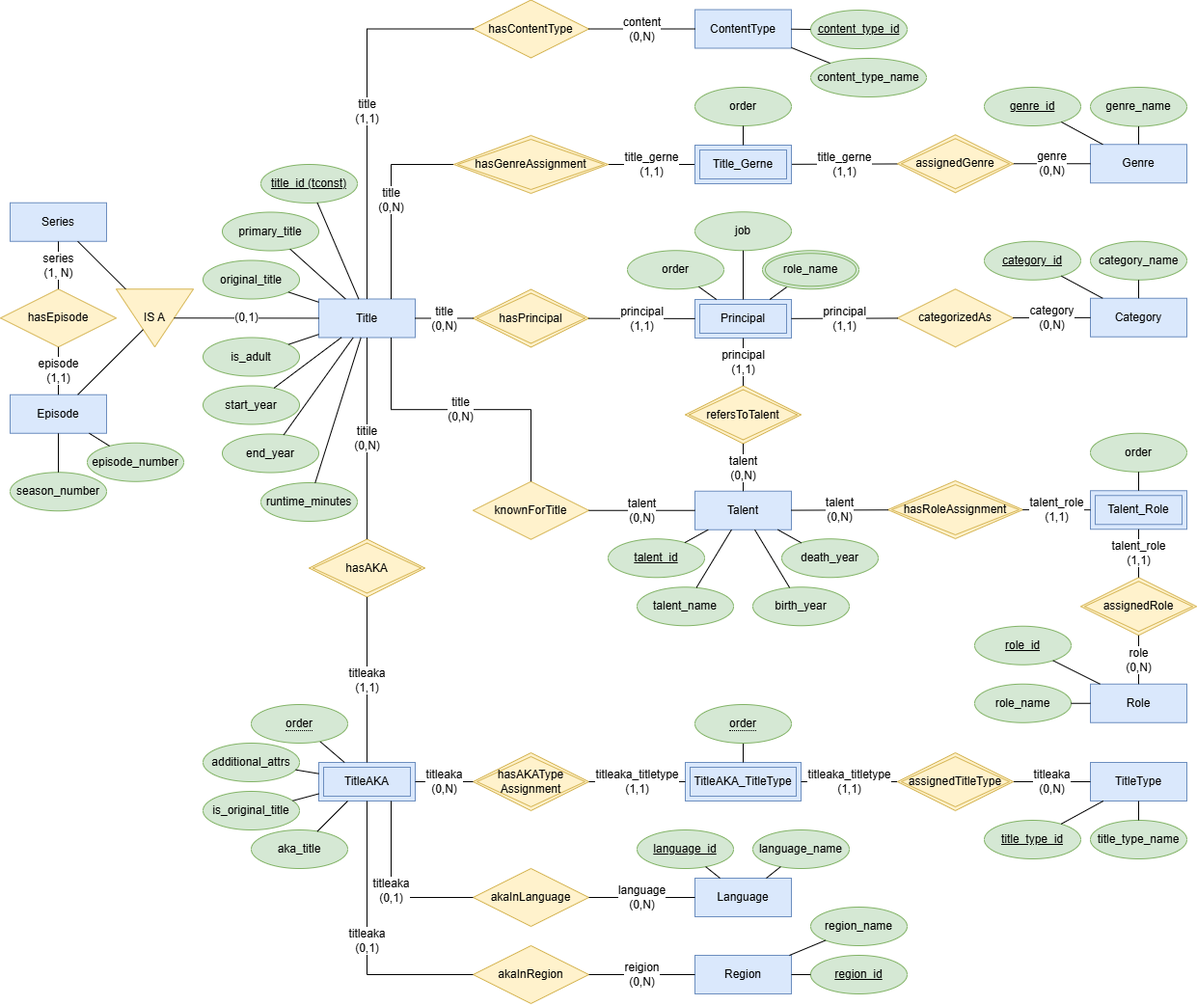
This is docs/figs/ERD.png from duvuvu/info9014-krr-project, a draw.io export, as it was before one commit. Source tidied: cells renumbered, new cells last; positions are measured from the earlier drawing's top-left corner, leaving out a move shared by most shapes.
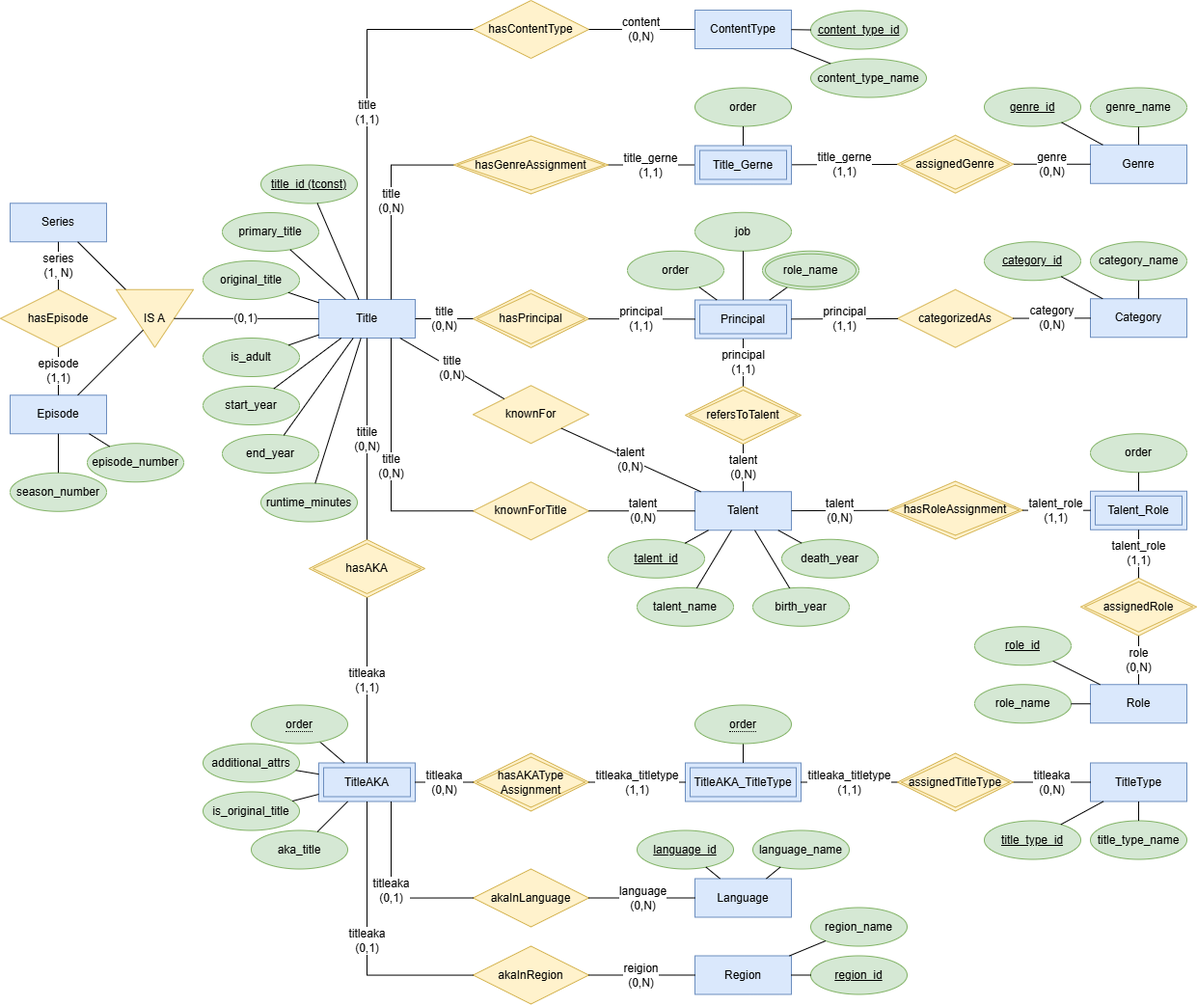
The same file after the commit.

Commit message:
revised ERD - add relationship talentTitle (knownFor)

Change to the diagram source:
```diff
@@ -203,7 +203,7 @@
     <mxCell id="68" value="knownForTitle" style="shape=rhombus;perimeter=rhombusPerimeter;whiteSpace=wrap;html=1;align=center;fillColor=#fff2cc;strokeColor=#d6b656;rounded=0;" parent="1" vertex="1">
       <mxGeometry x="490" y="498.8" width="120" height="60" as="geometry" />
     </mxCell>
-    <mxCell id="69" value="title&lt;div&gt;(0,N)&lt;/div&gt;" style="edgeStyle=orthogonalEdgeStyle;rounded=0;jettySize=auto;html=1;fontSize=12;startSize=8;endSize=8;startArrow=none;startFill=0;endArrow=none;exitX=0.75;exitY=1;exitDx=0;exitDy=0;entryX=0.5;entryY=0;entryDx=0;entryDy=0;" parent="1" edge="1" source="2" target="68">
+    <mxCell id="69" value="title&lt;div&gt;(0,N)&lt;/div&gt;" style="edgeStyle=orthogonalEdgeStyle;rounded=0;jettySize=auto;html=1;fontSize=12;startSize=8;endSize=8;startArrow=none;startFill=0;endArrow=none;exitX=0.75;exitY=1;exitDx=0;exitDy=0;entryX=0;entryY=0.5;entryDx=0;entryDy=0;" parent="1" edge="1" source="2" target="68">
       <mxGeometry relative="1" as="geometry" />
     </mxCell>
     <mxCell id="70" value="talent&lt;div&gt;(0,N)&lt;/div&gt;" style="edgeStyle=none;curved=1;rounded=0;jettySize=auto;html=1;fontSize=12;startSize=8;endSize=8;startArrow=none;startFill=0;endArrow=none;" parent="1" edge="1" source="68" target="45">
@@ -426,5 +426,14 @@
     <mxCell id="141" value="role_name" style="ellipse;shape=doubleEllipse;margin=3;whiteSpace=wrap;html=1;align=center;fillColor=#d5e8d4;strokeColor=#82b366;" parent="1" vertex="1">
       <mxGeometry x="790" y="259.2" width="100" height="40" as="geometry" />
     </mxCell>
+    <mxCell id="142" value="knownFor" style="shape=rhombus;perimeter=rhombusPerimeter;whiteSpace=wrap;html=1;align=center;fillColor=#fff2cc;strokeColor=#d6b656;rounded=0;" parent="1" vertex="1">
+      <mxGeometry x="490" y="398.8" width="120" height="60" as="geometry" />
+    </mxCell>
+    <mxCell id="143" value="talent&lt;div&gt;(0,N)&lt;/div&gt;" style="edgeStyle=none;curved=1;rounded=0;jettySize=auto;html=1;fontSize=12;startSize=8;endSize=8;startArrow=none;startFill=0;endArrow=none;" parent="1" edge="1" source="45" target="142">
+      <mxGeometry relative="1" as="geometry" />
+    </mxCell>
+    <mxCell id="144" value="title&lt;div&gt;(0,N)&lt;/div&gt;" style="edgeStyle=none;curved=1;rounded=0;jettySize=auto;html=1;fontSize=12;startSize=8;endSize=8;startArrow=none;startFill=0;endArrow=none;" parent="1" edge="1" source="142" target="2">
+      <mxGeometry relative="1" as="geometry" />
+    </mxCell>
   </root>
 </mxGraphModel>
```
